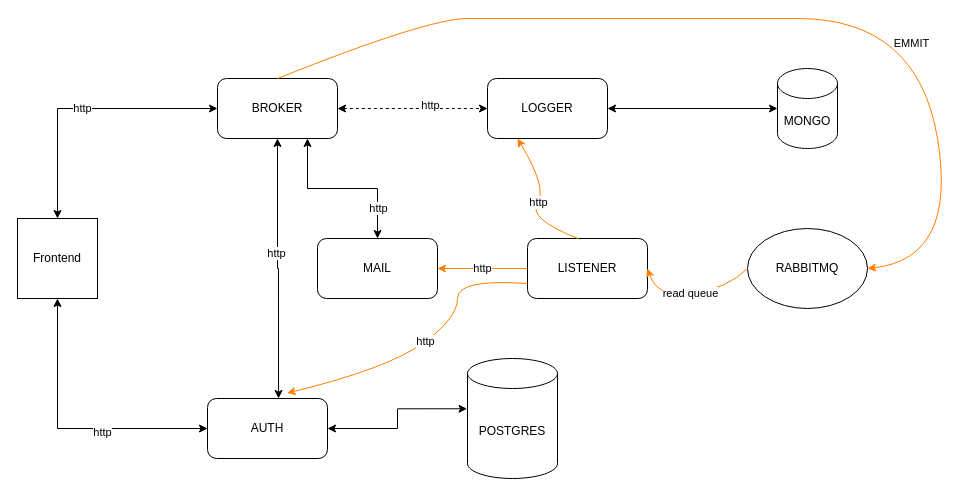
The draw.io diagram project/architecture-http-rabbitmq.drawio in cvxtct/microservice-go-ex, before the edit. Source tidied: cells renumbered, new cells numbered last; positions are measured from the earlier drawing's top-left corner, leaving out a move shared by most shapes. Both pictures are drawn from the tidied source at 100%, with x=0, y=0 at pixel (17, 18).
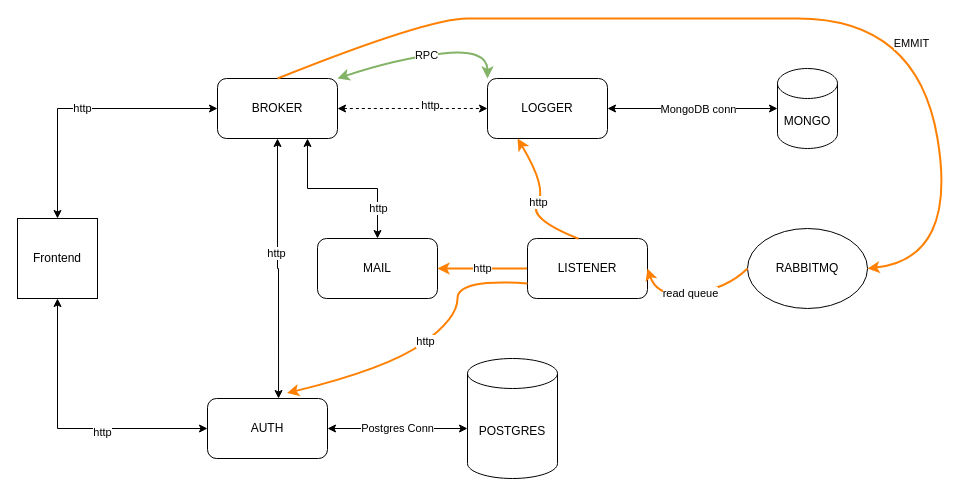
After the change.

Unchanged cells that the change refers to:
```xml
<mxCell id="10" value="BROKER" style="rounded=1;whiteSpace=wrap;html=1;" parent="1" vertex="1">
  <mxGeometry x="200" y="60" width="120" height="60" as="geometry" />
</mxCell>
<mxCell id="14" value="AUTH" style="rounded=1;whiteSpace=wrap;html=1;" parent="1" vertex="1">
  <mxGeometry x="190" y="380" width="120" height="60" as="geometry" />
</mxCell>
<mxCell id="15" style="edgeStyle=orthogonalEdgeStyle;rounded=0;jettySize=auto;html=1;exitX=1;exitY=0.5;exitDx=0;exitDy=0;entryX=0;entryY=0.5;entryDx=0;entryDy=0;entryPerimeter=0;startArrow=classic;startFill=1;" parent="1" edge="1" source="16" target="17">
  <mxGeometry relative="1" as="geometry" />
</mxCell>
<mxCell id="16" value="LOGGER" style="rounded=1;whiteSpace=wrap;html=1;" parent="1" vertex="1">
  <mxGeometry x="470" y="60" width="120" height="60" as="geometry" />
</mxCell>
<mxCell id="18" value="MAIL" style="rounded=1;whiteSpace=wrap;html=1;" parent="1" vertex="1">
  <mxGeometry x="300" y="220" width="120" height="60" as="geometry" />
</mxCell>
<mxCell id="20" value="LISTENER" style="rounded=1;whiteSpace=wrap;html=1;" parent="1" vertex="1">
  <mxGeometry x="510" y="220" width="120" height="60" as="geometry" />
</mxCell>
<mxCell id="21" value="POSTGRES" style="shape=cylinder3;whiteSpace=wrap;html=1;boundedLbl=1;backgroundOutline=1;size=15;" parent="1" vertex="1">
  <mxGeometry x="450" y="340" width="90" height="120" as="geometry" />
</mxCell>
<mxCell id="22" value="RABBITMQ" style="ellipse;whiteSpace=wrap;html=1;" parent="1" vertex="1">
  <mxGeometry x="730" y="210" width="120" height="80" as="geometry" />
</mxCell>
```

Diff of the diagram source:
```diff
@@
-    <mxCell id="11" style="edgeStyle=orthogonalEdgeStyle;rounded=0;jettySize=auto;html=1;exitX=1;exitY=0.5;exitDx=0;exitDy=0;entryX=-0.005;entryY=0.419;entryDx=0;entryDy=0;entryPerimeter=0;startArrow=classic;startFill=1;" parent="1" edge="1" source="14" target="21">
-      <mxGeometry relative="1" as="geometry" />
+    <mxCell id="11" value="Postgres Conn" style="edgeStyle=orthogonalEdgeStyle;rounded=0;jettySize=auto;html=1;exitX=1;exitY=0.5;exitDx=0;exitDy=0;startArrow=classic;startFill=1;" parent="1" edge="1" source="14">
+      <mxGeometry relative="1" as="geometry">
+        <mxPoint x="450" y="410" as="targetPoint" />
+        <Array as="points">
+          <mxPoint x="450" y="410" />
+        </Array>
+      </mxGeometry>
     </mxCell>
@@
+    <mxCell id="28" value="MongoDB conn" style="edgeLabel;html=1;align=center;verticalAlign=middle;" parent="15" vertex="1">
+      <mxGeometry x="0.06" relative="1" as="geometry" />
+    </mxCell>
@@
-    <mxCell id="19" value="http" style="edgeStyle=orthogonalEdgeStyle;rounded=0;jettySize=auto;html=1;exitX=0;exitY=0.5;exitDx=0;exitDy=0;entryX=1;entryY=0.5;entryDx=0;entryDy=0;strokeColor=#FF8000;startArrow=none;startFill=0;endArrow=classic;endFill=1;" parent="1" edge="1" source="20" target="18">
+    <mxCell id="19" value="http" style="edgeStyle=orthogonalEdgeStyle;rounded=0;jettySize=auto;html=1;exitX=0;exitY=0.5;exitDx=0;exitDy=0;entryX=1;entryY=0.5;entryDx=0;entryDy=0;strokeColor=#FF8000;startArrow=none;startFill=0;endArrow=classic;endFill=1;strokeWidth=2;" parent="1" edge="1" source="20" target="18">
       <mxGeometry relative="1" as="geometry" />
     </mxCell>
@@
-    <mxCell id="23" style="curved=1;endArrow=classic;html=1;rounded=0;entryX=1;entryY=0.5;entryDx=0;entryDy=0;exitX=0.5;exitY=0;exitDx=0;exitDy=0;startArrow=none;startFill=0;strokeColor=#FF8000;" parent="1" edge="1" source="10" target="22">
+    <mxCell id="23" style="curved=1;endArrow=classic;html=1;rounded=0;entryX=1;entryY=0.5;entryDx=0;entryDy=0;exitX=0.5;exitY=0;exitDx=0;exitDy=0;startArrow=none;startFill=0;strokeColor=#FF8000;strokeWidth=2;" parent="1" edge="1" source="10" target="22">
       <mxGeometry relative="1" as="geometry">
         <Array as="points">
           <mxPoint x="410" />
           <mxPoint x="490" />
           <mxPoint x="660" />
           <mxPoint x="900" />
           <mxPoint x="940" y="240" />
         </Array>
       </mxGeometry>
     </mxCell>
@@
-    <mxCell id="25" value="read queue" style="curved=1;endArrow=none;html=1;rounded=0;strokeColor=#FF8000;entryX=0;entryY=0.5;entryDx=0;entryDy=0;exitX=1;exitY=0.5;exitDx=0;exitDy=0;startArrow=classic;startFill=1;endFill=0;" parent="1" edge="1" source="20" target="22">
+    <mxCell id="25" value="read queue" style="curved=1;endArrow=none;html=1;rounded=0;strokeColor=#FF8000;entryX=0;entryY=0.5;entryDx=0;entryDy=0;exitX=1;exitY=0.5;exitDx=0;exitDy=0;startArrow=classic;startFill=1;endFill=0;strokeWidth=2;" parent="1" edge="1" source="20" target="22">
       <mxGeometry relative="1" as="geometry">
         <Array as="points">
           <mxPoint x="640" y="280" />
           <mxPoint x="710" y="270" />
         </Array>
       </mxGeometry>
     </mxCell>
-    <mxCell id="26" value="http" style="curved=1;endArrow=none;html=1;rounded=0;strokeColor=#FF8000;entryX=0.425;entryY=0.005;entryDx=0;entryDy=0;exitX=0.25;exitY=1;exitDx=0;exitDy=0;startArrow=classic;startFill=1;entryPerimeter=0;endFill=0;" parent="1" edge="1" source="16" target="20">
+    <mxCell id="26" value="http" style="curved=1;endArrow=none;html=1;rounded=0;strokeColor=#FF8000;entryX=0.425;entryY=0.005;entryDx=0;entryDy=0;exitX=0.25;exitY=1;exitDx=0;exitDy=0;startArrow=classic;startFill=1;entryPerimeter=0;endFill=0;strokeWidth=2;" parent="1" edge="1" source="16" target="20">
       <mxGeometry relative="1" as="geometry">
         <Array as="points">
           <mxPoint x="530" y="170" />
           <mxPoint x="510" y="200" />
         </Array>
       </mxGeometry>
     </mxCell>
-    <mxCell id="27" value="http" style="curved=1;endArrow=none;html=1;rounded=0;strokeColor=#FF8000;entryX=0;entryY=0.75;entryDx=0;entryDy=0;exitX=0.663;exitY=-0.09;exitDx=0;exitDy=0;exitPerimeter=0;startArrow=classic;startFill=1;endFill=0;" parent="1" edge="1" source="14" target="20">
+    <mxCell id="27" value="http" style="curved=1;endArrow=none;html=1;rounded=0;strokeColor=#FF8000;entryX=0;entryY=0.75;entryDx=0;entryDy=0;exitX=0.663;exitY=-0.09;exitDx=0;exitDy=0;exitPerimeter=0;startArrow=classic;startFill=1;endFill=0;strokeWidth=2;" parent="1" edge="1" source="14" target="20">
       <mxGeometry relative="1" as="geometry">
         <Array as="points">
           <mxPoint x="370" y="350" />
           <mxPoint x="440" y="300" />
           <mxPoint x="440" y="260" />
         </Array>
       </mxGeometry>
     </mxCell>
+    <mxCell id="29" value="RPC" style="curved=1;endArrow=classic;html=1;rounded=0;strokeColor=#82b366;exitX=1;exitY=0;exitDx=0;exitDy=0;entryX=0;entryY=0;entryDx=0;entryDy=0;fillColor=#d5e8d4;startArrow=classic;startFill=1;strokeWidth=2;" parent="1" edge="1" source="10" target="16">
+      <mxGeometry relative="1" as="geometry">
+        <Array as="points">
+          <mxPoint x="380" y="40" />
+          <mxPoint x="470" y="30" />
+        </Array>
+      </mxGeometry>
+    </mxCell>
```
